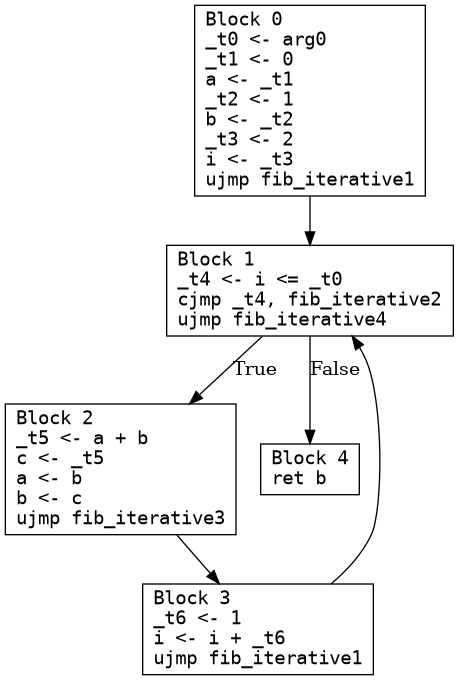
Earlier version of the Graphviz export fib_iterative.png (seanchuck/compiler-s25). Its source is kept beside it as fib_iterative.dot. The source it was exported from:
```dot
digraph CFG {
  node [shape=box fontname="monospace"];
  0 [label="Block 0\l_t0 <- arg0\l_t1 <- 0\la <- _t1\l_t2 <- 1\lb <- _t2\l_t3 <- 2\li <- _t3\lujmp fib_iterative1\l"];
  1 [label="Block 1\l_t4 <- i <= _t0\lcjmp _t4, fib_iterative2\lujmp fib_iterative4\l"];
  2 [label="Block 2\l_t5 <- a + b\lc <- _t5\la <- b\lb <- c\lujmp fib_iterative3\l"];
  3 [label="Block 3\l_t6 <- 1\li <- i + _t6\lujmp fib_iterative1\l"];
  4 [label="Block 4\lret b\l"];
  0 -> 1 [label=""];
  1 -> 4 [label="False"];
  1 -> 2 [label="True"];
  2 -> 3 [label=""];
  3 -> 1 [label=""];
}
```
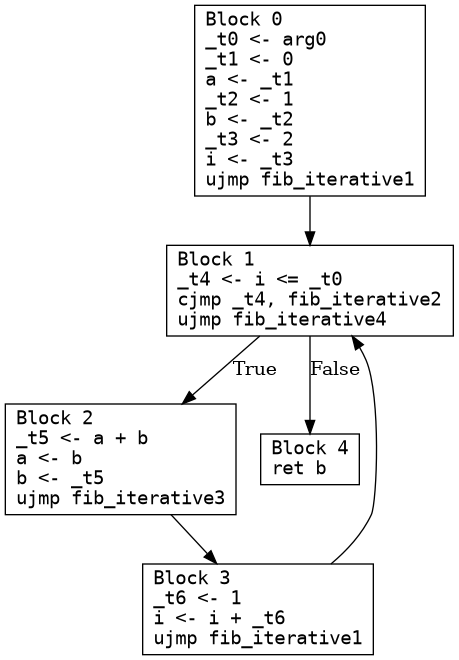
After the change.

The edit, as a diff of the source:
```diff
@@ -2,7 +2,7 @@
   node [shape=box fontname="monospace"];
   0 [label="Block 0\l_t0 <- arg0\l_t1 <- 0\la <- _t1\l_t2 <- 1\lb <- _t2\l_t3 <- 2\li <- _t3\lujmp fib_iterative1\l"];
   1 [label="Block 1\l_t4 <- i <= _t0\lcjmp _t4, fib_iterative2\lujmp fib_iterative4\l"];
-  2 [label="Block 2\l_t5 <- a + b\lc <- _t5\la <- b\lb <- c\lujmp fib_iterative3\l"];
+  2 [label="Block 2\l_t5 <- a + b\la <- b\lb <- _t5\lujmp fib_iterative3\l"];
   3 [label="Block 3\l_t6 <- 1\li <- i + _t6\lujmp fib_iterative1\l"];
   4 [label="Block 4\lret b\l"];
   0 -> 1 [label=""];
```
